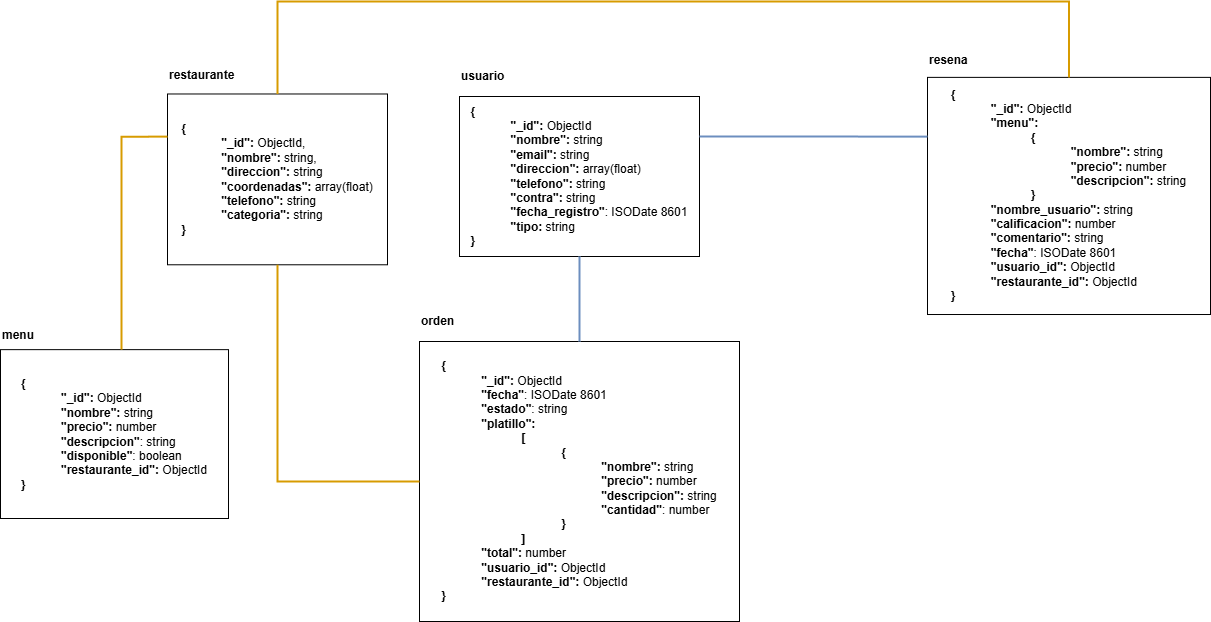
Above: proyecto2/images/diagrama_final.png in donmatthiuz/BasedeDato2 (draw.io), before the change. Source tidied: cells renumbered, new cells last; positions are measured from the earlier drawing's top-left corner, leaving out a move shared by most shapes.
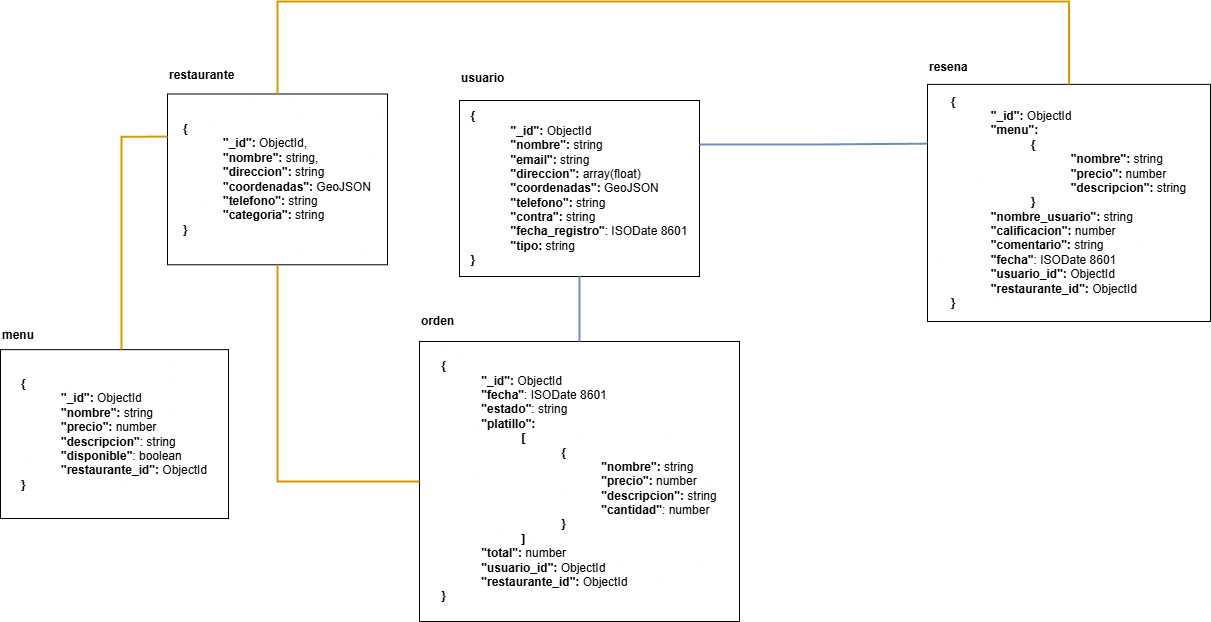
After the change.

The edit, as a diff of the source:
```diff
@@ -3,7 +3,7 @@
     <mxCell id="0" />
     <mxCell id="1" parent="0" />
     <mxCell id="2" style="group;" parent="1" vertex="1">
-      <mxGeometry x="927" y="42" width="283" height="271" as="geometry" />
+      <mxGeometry x="927" y="49" width="283" height="271" as="geometry" />
     </mxCell>
     <mxCell id="3" value="resena" style="text;html=1;align=left;verticalAlign=middle;whiteSpace=wrap;rounded=0;fontFamily=Helvetica;fontSize=12;fontColor=default;fontStyle=1;" parent="2" vertex="1">
       <mxGeometry width="59.1" height="33.9" as="geometry" />
@@ -12,13 +12,13 @@
       <mxGeometry y="33.9" width="283" height="237.1" as="geometry" />
     </mxCell>
     <mxCell id="5" style="group;" parent="1" vertex="1">
-      <mxGeometry x="459" y="55" width="240" height="200" as="geometry" />
+      <mxGeometry x="459" y="55" width="240" height="220" as="geometry" />
     </mxCell>
     <mxCell id="6" value="usuario" style="text;html=1;align=left;verticalAlign=middle;whiteSpace=wrap;rounded=0;fontFamily=Helvetica;fontSize=12;fontColor=default;fontStyle=1;" parent="5" vertex="1">
-      <mxGeometry width="80" height="40" as="geometry" />
+      <mxGeometry width="80" height="44" as="geometry" />
     </mxCell>
-    <mxCell id="7" value="&lt;div style=&quot;text-align: left; padding-top: 0px; padding-right: 50px;&quot;&gt;&lt;b&gt;{&lt;/b&gt;&lt;/div&gt;&lt;blockquote style=&quot;margin: 0 0 0 40px; border: none; padding: 0px;&quot;&gt;&lt;div style=&quot;text-align: left; padding-top: 0px; padding-right: 50px;&quot;&gt;&lt;b&gt;&quot;_id&quot;:&lt;/b&gt; ObjectId&lt;/div&gt;&lt;div style=&quot;text-align: left;&quot;&gt;&lt;b&gt;&quot;nombre&quot;:&lt;/b&gt; string&lt;/div&gt;&lt;div style=&quot;text-align: left; padding-top: 0px; padding-right: 0px;&quot;&gt;&lt;b&gt;&quot;email&quot;:&lt;/b&gt; string&lt;/div&gt;&lt;div style=&quot;text-align: left;&quot;&gt;&lt;b&gt;&quot;direccion&quot;:&lt;/b&gt; array(float)&lt;/div&gt;&lt;div style=&quot;text-align: left;&quot;&gt;&lt;b&gt;&quot;telefono&quot;:&lt;/b&gt; string&lt;/div&gt;&lt;div style=&quot;text-align: left;&quot;&gt;&lt;b&gt;&quot;contra&quot;:&lt;/b&gt; string&lt;/div&gt;&lt;div style=&quot;text-align: left;&quot;&gt;&lt;b&gt;&quot;fecha_registro&quot;&lt;/b&gt;: ISODate 8601&lt;/div&gt;&lt;div style=&quot;text-align: left;&quot;&gt;&lt;b&gt;&quot;tipo:&lt;/b&gt; string&lt;/div&gt;&lt;/blockquote&gt;&lt;div style=&quot;text-align: left;&quot;&gt;&lt;span style=&quot;background-color: transparent; color: light-dark(rgb(0, 0, 0), rgb(255, 255, 255));&quot;&gt;&lt;b&gt;}&lt;/b&gt;&lt;/span&gt;&lt;/div&gt;" style="text;html=1;align=center;verticalAlign=middle;whiteSpace=wrap;rounded=0;strokeColor=default;fillColor=default;glass=0;" parent="5" vertex="1">
-      <mxGeometry y="40" width="240" height="160" as="geometry" />
+    <mxCell id="7" value="&lt;div style=&quot;text-align: left; padding-top: 0px; padding-right: 50px;&quot;&gt;&lt;b&gt;{&lt;/b&gt;&lt;/div&gt;&lt;blockquote style=&quot;margin: 0 0 0 40px; border: none; padding: 0px;&quot;&gt;&lt;div style=&quot;text-align: left; padding-top: 0px; padding-right: 50px;&quot;&gt;&lt;b&gt;&quot;_id&quot;:&lt;/b&gt; ObjectId&lt;/div&gt;&lt;div style=&quot;text-align: left;&quot;&gt;&lt;b&gt;&quot;nombre&quot;:&lt;/b&gt; string&lt;/div&gt;&lt;div style=&quot;text-align: left; padding-top: 0px; padding-right: 0px;&quot;&gt;&lt;b&gt;&quot;email&quot;:&lt;/b&gt; string&lt;/div&gt;&lt;div style=&quot;text-align: left;&quot;&gt;&lt;b&gt;&quot;direccion&quot;:&lt;/b&gt; array(float)&lt;/div&gt;&lt;div style=&quot;text-align: left;&quot;&gt;&lt;b&gt;&quot;coordenadas&quot;:&lt;/b&gt;&amp;nbsp;GeoJSON&lt;/div&gt;&lt;div style=&quot;text-align: left;&quot;&gt;&lt;b&gt;&quot;telefono&quot;:&lt;/b&gt; string&lt;/div&gt;&lt;div style=&quot;text-align: left;&quot;&gt;&lt;b&gt;&quot;contra&quot;:&lt;/b&gt; string&lt;/div&gt;&lt;div style=&quot;text-align: left;&quot;&gt;&lt;b&gt;&quot;fecha_registro&quot;&lt;/b&gt;: ISODate 8601&lt;/div&gt;&lt;div style=&quot;text-align: left;&quot;&gt;&lt;b&gt;&quot;tipo:&lt;/b&gt; string&lt;/div&gt;&lt;/blockquote&gt;&lt;div style=&quot;text-align: left;&quot;&gt;&lt;span style=&quot;background-color: transparent; color: light-dark(rgb(0, 0, 0), rgb(255, 255, 255));&quot;&gt;&lt;b&gt;}&lt;/b&gt;&lt;/span&gt;&lt;/div&gt;" style="text;html=1;align=center;verticalAlign=middle;whiteSpace=wrap;rounded=0;strokeColor=default;fillColor=default;glass=0;" parent="5" vertex="1">
+      <mxGeometry y="44" width="240" height="176" as="geometry" />
     </mxCell>
     <mxCell id="8" style="group;" parent="1" vertex="1">
       <mxGeometry x="167" y="55" width="220" height="209" as="geometry" />
@@ -26,7 +26,7 @@
     <mxCell id="9" value="restaurante" style="text;html=1;align=left;verticalAlign=middle;whiteSpace=wrap;rounded=0;fontStyle=1;" parent="8" vertex="1">
       <mxGeometry width="60.5" height="37.5" as="geometry" />
     </mxCell>
-    <mxCell id="10" value="&lt;div style=&quot;text-align: left; padding-top: 0px; padding-right: 50px;&quot;&gt;&lt;b&gt;{&lt;/b&gt;&lt;/div&gt;&lt;blockquote style=&quot;margin: 0 0 0 40px; border: none; padding: 0px;&quot;&gt;&lt;div style=&quot;text-align: left; padding-top: 0px; padding-right: 50px;&quot;&gt;&lt;b&gt;&quot;_id&quot;:&lt;/b&gt; ObjectId,&lt;/div&gt;&lt;div style=&quot;text-align: left;&quot;&gt;&lt;b&gt;&quot;nombre&quot;:&lt;/b&gt; string,&lt;/div&gt;&lt;div style=&quot;text-align: left; padding-top: 0px; padding-right: 0px;&quot;&gt;&lt;b&gt;&quot;direccion&quot;:&lt;/b&gt; string&lt;/div&gt;&lt;div style=&quot;text-align: left;&quot;&gt;&lt;b&gt;&quot;coordenadas&quot;:&lt;/b&gt; array(float)&lt;/div&gt;&lt;div style=&quot;text-align: left;&quot;&gt;&lt;b&gt;&quot;telefono&quot;:&lt;/b&gt; string&lt;/div&gt;&lt;div style=&quot;text-align: left;&quot;&gt;&lt;b&gt;&quot;categoria&quot;:&lt;/b&gt; string&lt;/div&gt;&lt;/blockquote&gt;&lt;div style=&quot;text-align: left;&quot;&gt;&lt;span style=&quot;background-color: transparent; color: light-dark(rgb(0, 0, 0), rgb(255, 255, 255));&quot;&gt;&lt;b&gt;}&lt;/b&gt;&lt;/span&gt;&lt;/div&gt;" style="text;html=1;align=center;verticalAlign=middle;whiteSpace=wrap;rounded=0;strokeColor=default;fillColor=default;glass=0;" parent="8" vertex="1">
+    <mxCell id="10" value="&lt;div style=&quot;text-align: left; padding-top: 0px; padding-right: 50px;&quot;&gt;&lt;b&gt;{&lt;/b&gt;&lt;/div&gt;&lt;blockquote style=&quot;margin: 0 0 0 40px; border: none; padding: 0px;&quot;&gt;&lt;div style=&quot;text-align: left; padding-top: 0px; padding-right: 50px;&quot;&gt;&lt;b&gt;&quot;_id&quot;:&lt;/b&gt; ObjectId,&lt;/div&gt;&lt;div style=&quot;text-align: left;&quot;&gt;&lt;b&gt;&quot;nombre&quot;:&lt;/b&gt; string,&lt;/div&gt;&lt;div style=&quot;text-align: left; padding-top: 0px; padding-right: 0px;&quot;&gt;&lt;b&gt;&quot;direccion&quot;:&lt;/b&gt; string&lt;/div&gt;&lt;div style=&quot;text-align: left;&quot;&gt;&lt;b&gt;&quot;coordenadas&quot;:&lt;/b&gt; GeoJSON&lt;/div&gt;&lt;div style=&quot;text-align: left;&quot;&gt;&lt;b&gt;&quot;telefono&quot;:&lt;/b&gt; string&lt;/div&gt;&lt;div style=&quot;text-align: left;&quot;&gt;&lt;b&gt;&quot;categoria&quot;:&lt;/b&gt; string&lt;/div&gt;&lt;/blockquote&gt;&lt;div style=&quot;text-align: left;&quot;&gt;&lt;span style=&quot;background-color: transparent; color: light-dark(rgb(0, 0, 0), rgb(255, 255, 255));&quot;&gt;&lt;b&gt;}&lt;/b&gt;&lt;/span&gt;&lt;/div&gt;" style="text;html=1;align=center;verticalAlign=middle;whiteSpace=wrap;rounded=0;strokeColor=default;fillColor=default;glass=0;" parent="8" vertex="1">
       <mxGeometry y="37.5" width="220" height="170.8" as="geometry" />
     </mxCell>
     <mxCell id="11" style="group;" parent="1" vertex="1">
```
